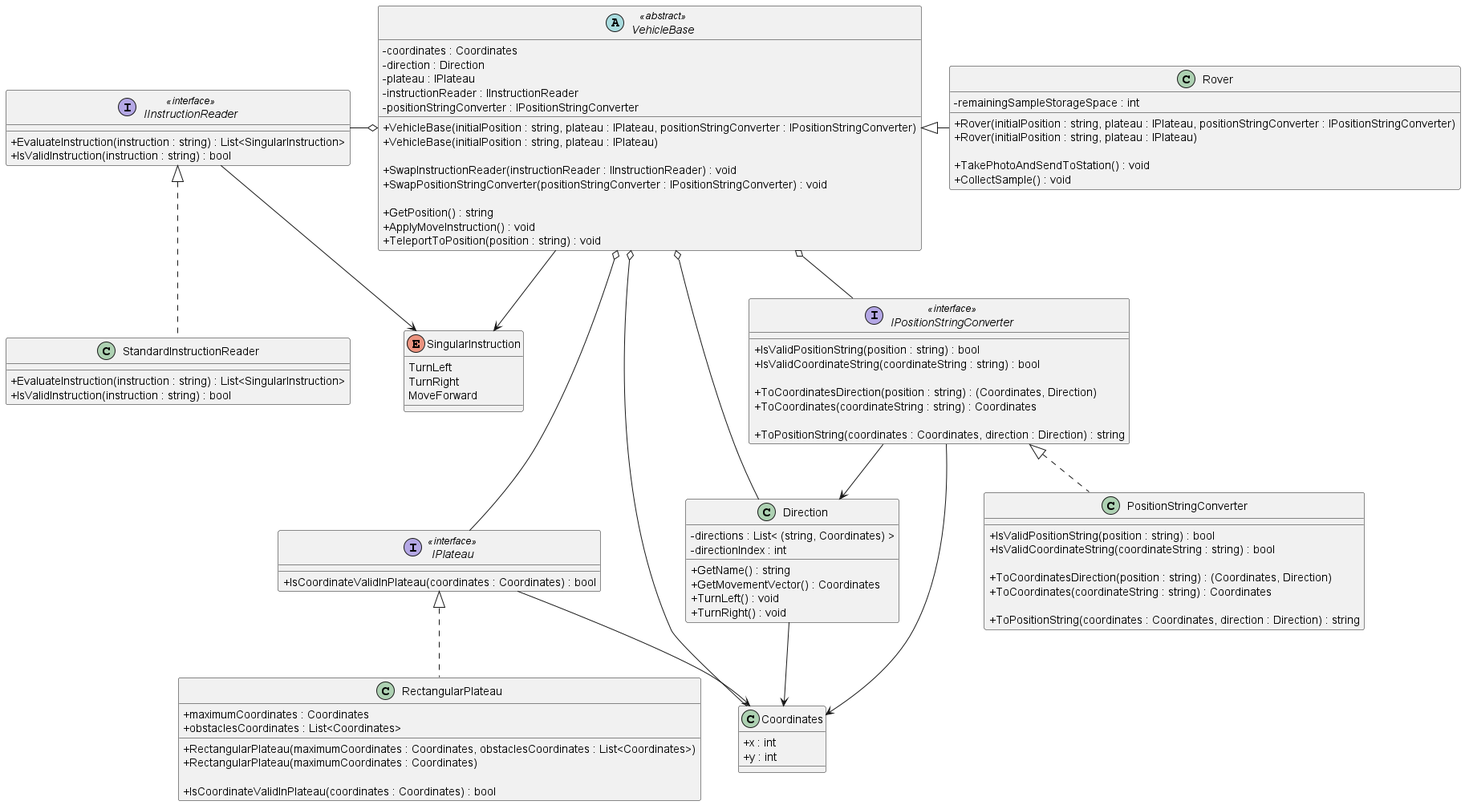
Before: puml/Mars Rover Challenge.png, a diagram exported from PlantUML (iamfranco/MarsRoverChallenge).
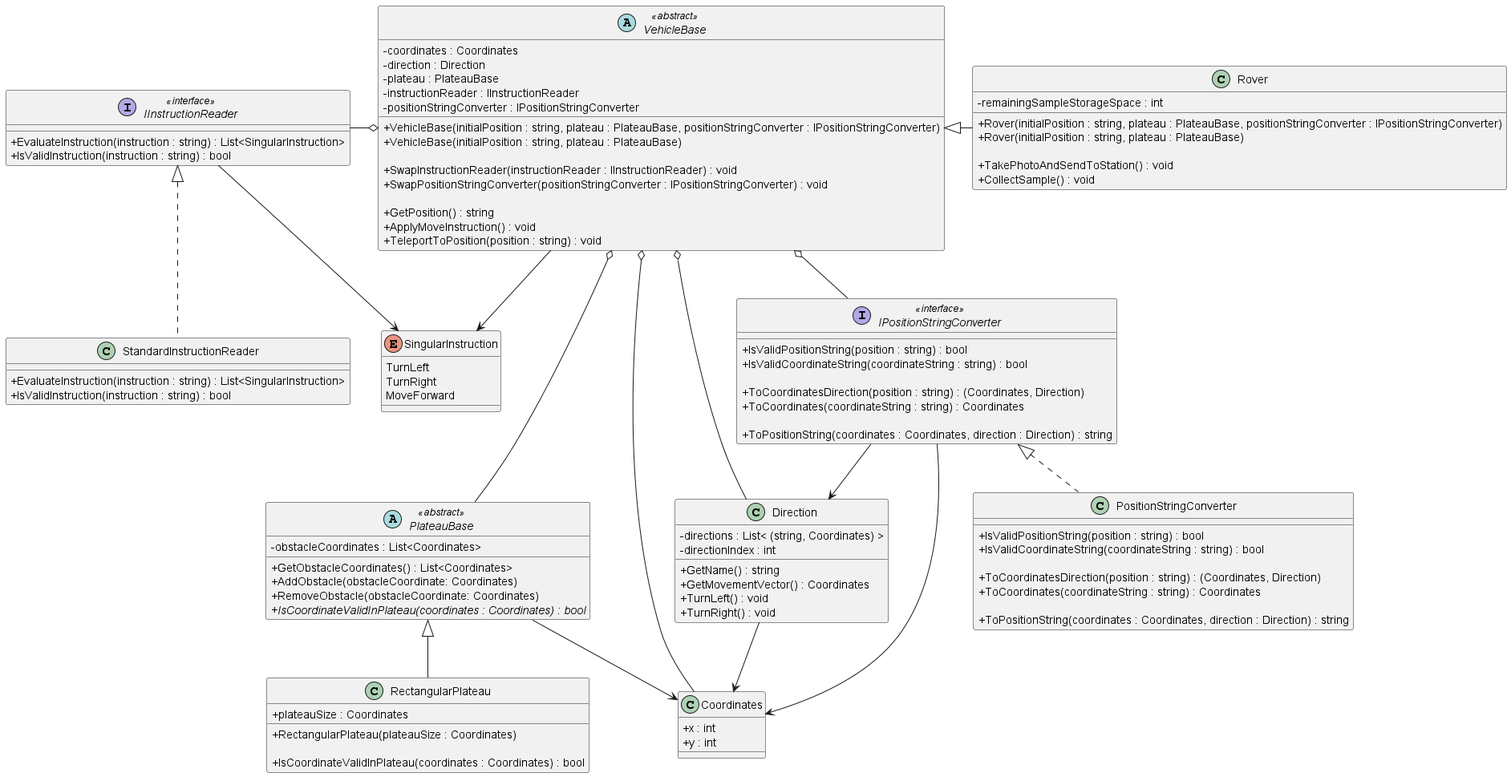
After the commit.

Commit message:
UML: change IPlateau from interface to abstract class, and move obstacle related members into it

The edit, as a diff of the source:
```diff
@@ -20,18 +20,21 @@
   + IsValidInstruction(instruction : string) : bool
 }
 
-interface IPlateau <<interface>>
+abstract PlateauBase <<abstract>>
 {
-  + IsCoordinateValidInPlateau(coordinates : Coordinates) : bool
+  - obstacleCoordinates : List<Coordinates>
+
+  + GetObstacleCoordinates() : List<Coordinates>
+  + AddObstacle(obstacleCoordinate: Coordinates)
+  + RemoveObstacle(obstacleCoordinate: Coordinates)
+  {abstract} + IsCoordinateValidInPlateau(coordinates : Coordinates) : bool
 }
 
 class RectangularPlateau
 {
-  + maximumCoordinates : Coordinates
-  + obstaclesCoordinates : List<Coordinates>
+  + plateauSize : Coordinates
 
-  + RectangularPlateau(maximumCoordinates : Coordinates, obstaclesCoordinates : List<Coordinates>)
-  + RectangularPlateau(maximumCoordinates : Coordinates)
+  + RectangularPlateau(plateauSize : Coordinates)
 
   + IsCoordinateValidInPlateau(coordinates : Coordinates) : bool
 }
@@ -79,12 +82,12 @@
 {
   - coordinates : Coordinates
   - direction : Direction
-  - plateau : IPlateau
+  - plateau : PlateauBase
   - instructionReader : IInstructionReader
   - positionStringConverter : IPositionStringConverter
 
-  + VehicleBase(initialPosition : string, plateau : IPlateau, positionStringConverter : IPositionStringConverter)
-  + VehicleBase(initialPosition : string, plateau : IPlateau)
+  + VehicleBase(initialPosition : string, plateau : PlateauBase, positionStringConverter : IPositionStringConverter)
+  + VehicleBase(initialPosition : string, plateau : PlateauBase)
 
   + SwapInstructionReader(instructionReader : IInstructionReader) : void
   + SwapPositionStringConverter(positionStringConverter : IPositionStringConverter) : void
@@ -98,8 +101,8 @@
 {
   - remainingSampleStorageSpace : int
 
-  + Rover(initialPosition : string, plateau : IPlateau, positionStringConverter : IPositionStringConverter)
-  + Rover(initialPosition : string, plateau : IPlateau)
+  + Rover(initialPosition : string, plateau : PlateauBase, positionStringConverter : IPositionStringConverter)
+  + Rover(initialPosition : string, plateau : PlateauBase)
 
   + TakePhotoAndSendToStation() : void
   + CollectSample() : void
@@ -107,20 +110,20 @@
 
 IInstructionReader -> SingularInstruction
 IInstructionReader <|.. StandardInstructionReader
-IPlateau <|.. RectangularPlateau
+PlateauBase <|-- RectangularPlateau
 
 IPositionStringConverter <|.. PositionStringConverter
 
 VehicleBase <|-r- Rover
 
-IPlateau --> Coordinates
+PlateauBase --> Coordinates
 Direction --> Coordinates
 IPositionStringConverter --> Coordinates
 IPositionStringConverter --> Direction
 
 VehicleBase o-- Coordinates
 VehicleBase o-- Direction
-VehicleBase o--- IPlateau
+VehicleBase o--- PlateauBase
 VehicleBase o-l IInstructionReader
 VehicleBase o-- IPositionStringConverter
 
```
